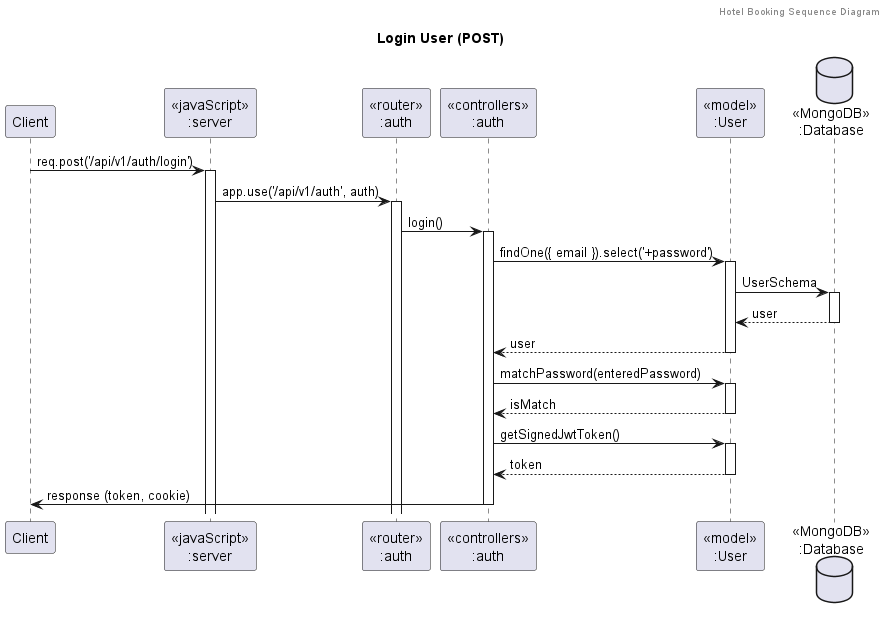
This is UMLDocuments/Sequence/User/UserLogin (Post)/Login User (POST).png from CaseCrescent/BackEnd-TestProject, a PlantUML export, as it was before one commit. Source of this version:
```plantuml
@startuml Login User (POST)
header Hotel Booking Sequence Diagram
title "Login User (POST)"

participant "Client" as client
participant "<<javaScript>>\n:server" as server
participant "<<router>>\n:auth" as routerAuth
participant "<<controllers>>\n:auth" as controllersAuth
participant "<<model>>\n:User" as modelUser
database "<<MongoDB>>\n:Database" as Database

client->server ++:req.post('/api/v1/auth/login')
server->routerAuth ++:app.use('/api/v1/auth', auth)
routerAuth -> controllersAuth ++:login()

controllersAuth->modelUser ++:findOne({ email }).select('+password')
modelUser ->Database ++: UserSchema
Database --> modelUser --: user
modelUser --> controllersAuth --: user

controllersAuth->modelUser ++:matchPassword(enteredPassword)
modelUser --> controllersAuth --: isMatch

controllersAuth->modelUser ++:getSignedJwtToken()
modelUser --> controllersAuth --: token

controllersAuth->client --:response (token, cookie)

@enduml
```
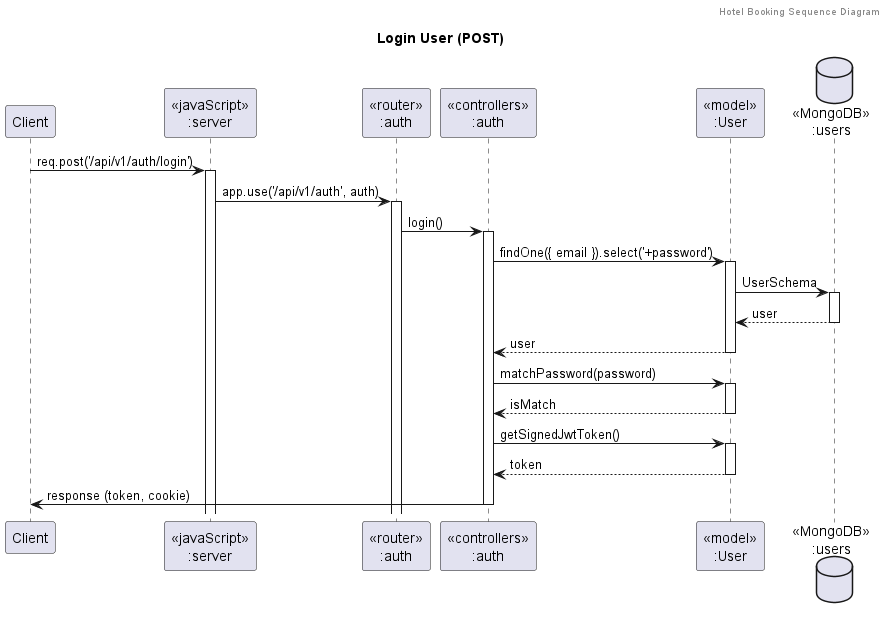
The same diagram one commit later.

Diff of the diagram source:
```diff
@@ -7,7 +7,7 @@
 participant "<<router>>\n:auth" as routerAuth
 participant "<<controllers>>\n:auth" as controllersAuth
 participant "<<model>>\n:User" as modelUser
-database "<<MongoDB>>\n:Database" as Database
+database "<<MongoDB>>\n:users" as Database
 
 client->server ++:req.post('/api/v1/auth/login')
 server->routerAuth ++:app.use('/api/v1/auth', auth)
@@ -18,7 +18,7 @@
 Database --> modelUser --: user
 modelUser --> controllersAuth --: user
 
-controllersAuth->modelUser ++:matchPassword(enteredPassword)
+controllersAuth->modelUser ++:matchPassword(password)
 modelUser --> controllersAuth --: isMatch
 
 controllersAuth->modelUser ++:getSignedJwtToken()
```
